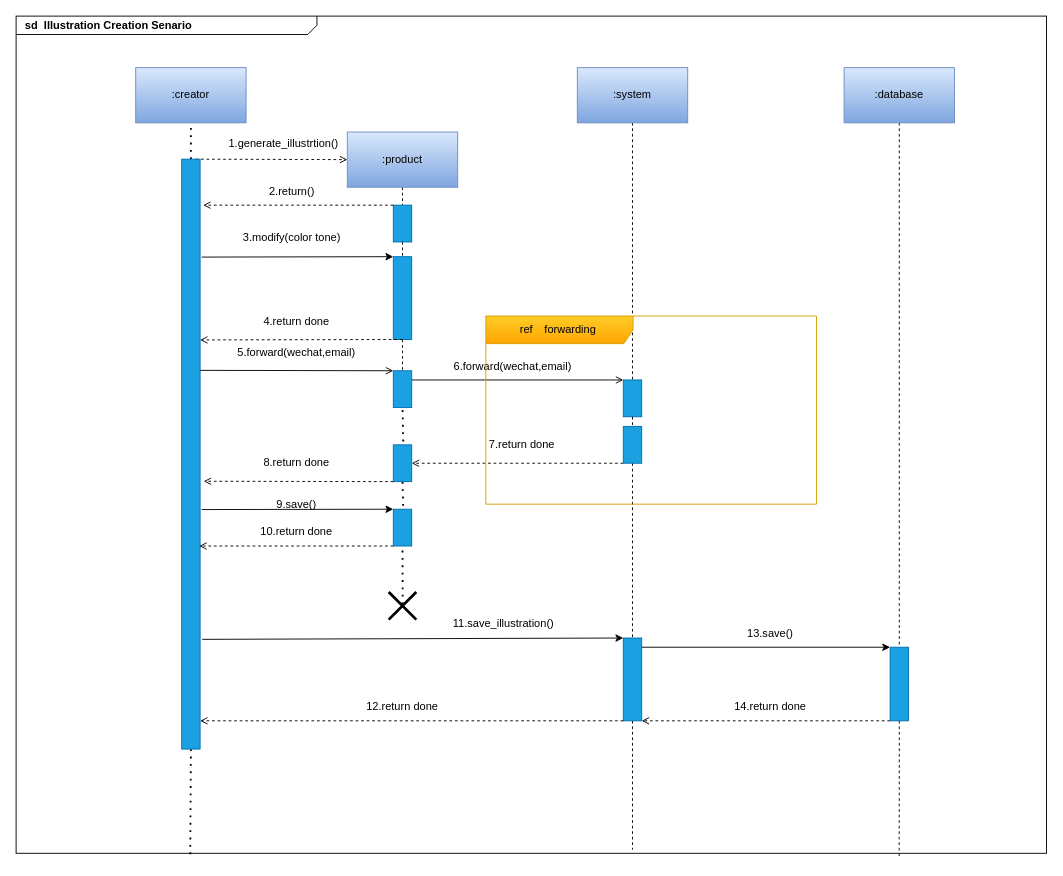
The draw.io diagram Documentation/Interaction Diagram/illustration creation ID.drawio in Darrenchenn/Model-based-software-design, before the edit. Source tidied: cells renumbered, new cells numbered last; positions are measured from the earlier drawing's top-left corner, leaving out a move shared by most shapes. Both pictures are drawn from the tidied source at 92%, with x=0, y=0 at pixel (-105, 16).
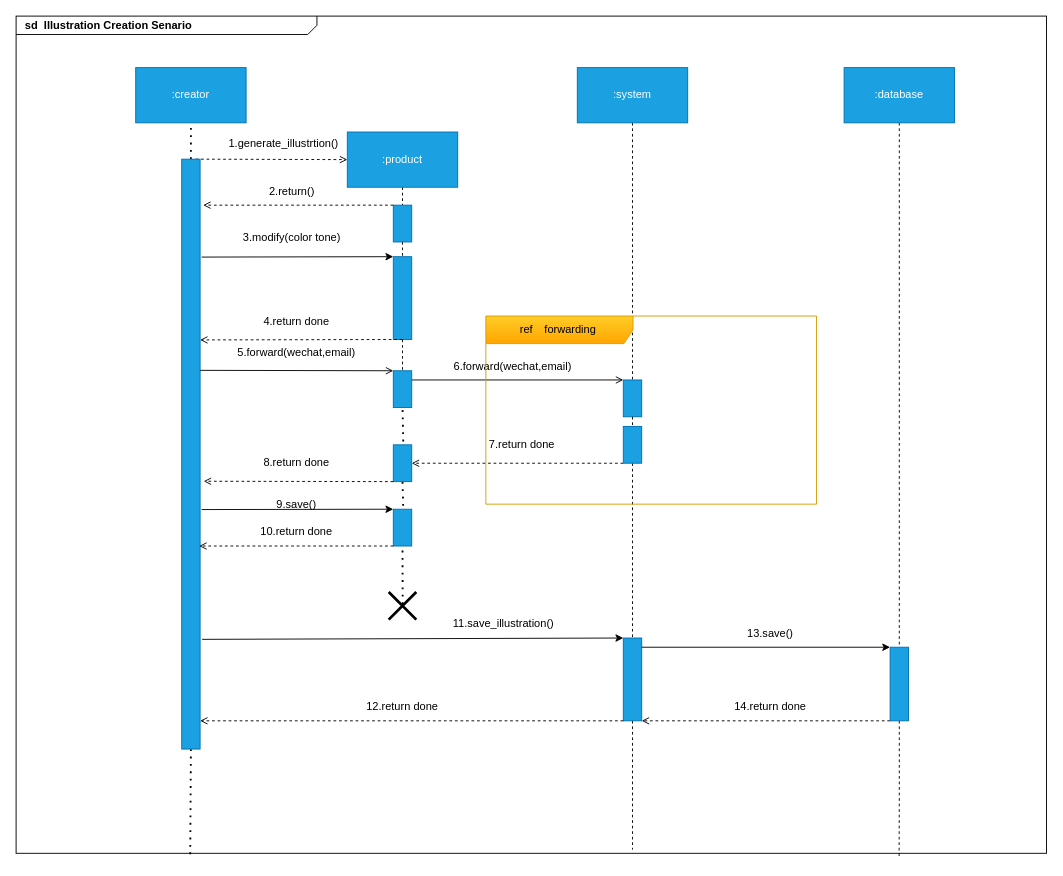
The same page after the edit.

The edit, as a diff of the source:
```diff
@@
-    <mxCell id="3" value=":creator" style="rounded=0;whiteSpace=wrap;html=1;fillColor=#dae8fc;strokeColor=#6c8ebf;gradientColor=#7ea6e0;" parent="1" vertex="1">
+    <mxCell id="3" value=":creator" style="rounded=0;whiteSpace=wrap;html=1;fillColor=#1ba1e2;strokeColor=#006EAF;fontColor=#ffffff;" parent="1" vertex="1">
       <mxGeometry x="261" y="56" width="120" height="60" as="geometry" />
     </mxCell>
@@
-    <mxCell id="5" value=":product" style="rounded=0;whiteSpace=wrap;html=1;fillColor=#dae8fc;strokeColor=#6c8ebf;gradientColor=#7ea6e0;" parent="1" vertex="1">
+    <mxCell id="5" value=":product" style="rounded=0;whiteSpace=wrap;html=1;fillColor=#1ba1e2;strokeColor=#006EAF;fontColor=#ffffff;" parent="1" vertex="1">
       <mxGeometry x="491" y="126" width="120" height="60" as="geometry" />
     </mxCell>
@@
-    <mxCell id="7" value=":system" style="rounded=0;whiteSpace=wrap;html=1;fillColor=#dae8fc;strokeColor=#6c8ebf;gradientColor=#7ea6e0;" parent="1" vertex="1">
+    <mxCell id="7" value=":system" style="rounded=0;whiteSpace=wrap;html=1;fillColor=#1ba1e2;strokeColor=#006EAF;fontColor=#ffffff;" parent="1" vertex="1">
       <mxGeometry x="741" y="56" width="120" height="60" as="geometry" />
     </mxCell>
@@
-    <mxCell id="9" value=":database" style="rounded=0;whiteSpace=wrap;html=1;fillColor=#dae8fc;strokeColor=#6c8ebf;gradientColor=#7ea6e0;" parent="1" vertex="1">
+    <mxCell id="9" value=":database" style="rounded=0;whiteSpace=wrap;html=1;fillColor=#1ba1e2;strokeColor=#006EAF;fontColor=#ffffff;" parent="1" vertex="1">
       <mxGeometry x="1031" y="56" width="120" height="60" as="geometry" />
     </mxCell>
```
